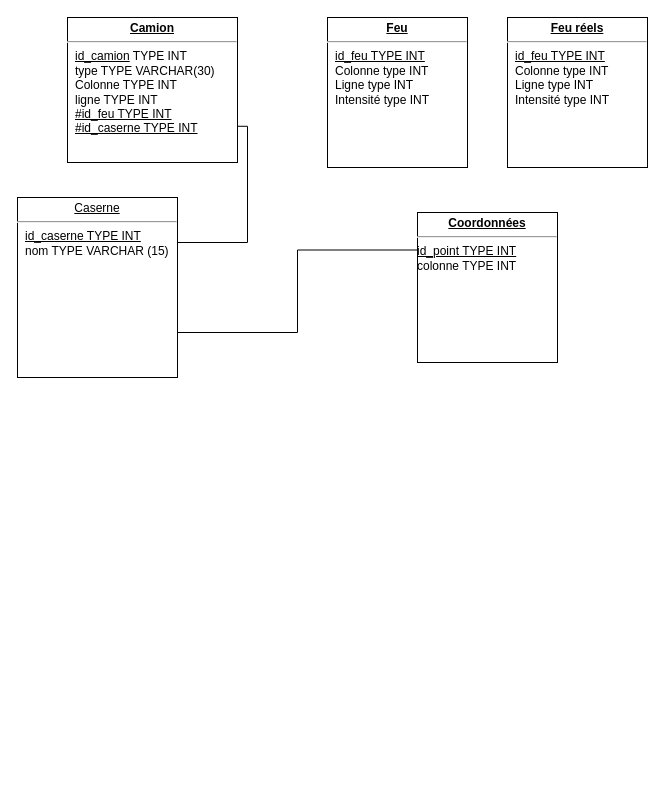
This is Archi_Schema/Schema_BDD.drawio from SimSua/projet_transversal, a draw.io file, before an edit. Source tidied: cells renumbered, new cells numbered last; positions are measured from the earlier drawing's top-left corner, leaving out a move shared by most shapes. Both pictures are drawn from the tidied source at 100%, with x=0, y=0 at pixel (17, 17).
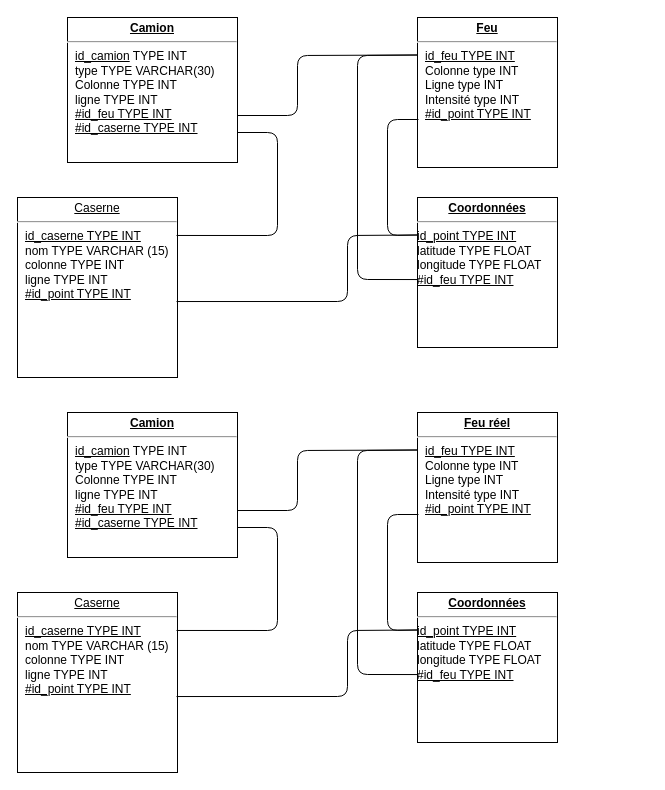
The same page after the edit.

Commit message:
Update schema BDD

The change refers to these unchanged cells:
```xml
<mxCell id="2" value="&lt;p style=&quot;margin: 0px ; margin-top: 4px ; text-align: center ; text-decoration: underline&quot;&gt;&lt;b&gt;Camion&lt;/b&gt;&lt;/p&gt;&lt;hr&gt;&lt;p style=&quot;margin: 0px ; margin-left: 8px&quot;&gt;&lt;u&gt;id_camion&lt;/u&gt; TYPE INT&lt;br&gt;&lt;/p&gt;&lt;p style=&quot;margin: 0px ; margin-left: 8px&quot;&gt;type TYPE VARCHAR(30)&lt;/p&gt;&lt;p style=&quot;margin: 0px ; margin-left: 8px&quot;&gt;Colonne TYPE INT&lt;/p&gt;&lt;p style=&quot;margin: 0px ; margin-left: 8px&quot;&gt;ligne TYPE INT&lt;/p&gt;&lt;p style=&quot;margin: 0px ; margin-left: 8px&quot;&gt;&lt;u&gt;#id_feu TYPE INT&lt;/u&gt;&lt;/p&gt;&lt;p style=&quot;margin: 0px ; margin-left: 8px&quot;&gt;&lt;u&gt;#id_caserne TYPE INT&lt;/u&gt;&lt;br&gt;&lt;/p&gt;&lt;p style=&quot;margin: 0px ; margin-left: 8px&quot;&gt;&lt;br&gt;&lt;/p&gt;" style="verticalAlign=top;align=left;overflow=fill;fontSize=12;fontFamily=Helvetica;html=1;rounded=0;shadow=0;comic=0;labelBackgroundColor=none;strokeWidth=1;" parent="1" vertex="1">
  <mxGeometry x="50" width="170" height="145" as="geometry" />
</mxCell>
```

The edit, as a diff of the source:
```diff
@@
-    <mxCell id="3" style="edgeStyle=orthogonalEdgeStyle;rounded=0;html=1;exitX=1;exitY=0.25;entryX=1;entryY=0.75;labelBackgroundColor=none;endArrow=none;endFill=0;endSize=8;fontFamily=Verdana;fontSize=12;align=left;" parent="1" edge="1" source="4" target="2">
-      <mxGeometry relative="1" as="geometry" />
-    </mxCell>
-    <mxCell id="4" value="&lt;p style=&quot;margin: 0px ; margin-top: 4px ; text-align: center ; text-decoration: underline&quot;&gt;Caserne&lt;br&gt;&lt;/p&gt;&lt;hr&gt;&lt;p style=&quot;margin: 0px ; margin-left: 8px&quot;&gt;&lt;u&gt;id_caserne TYPE INT&lt;/u&gt;&lt;/p&gt;&lt;p style=&quot;margin: 0px ; margin-left: 8px&quot;&gt;nom TYPE VARCHAR (15)&lt;br&gt;&lt;u&gt;&lt;/u&gt;&lt;/p&gt;&lt;p style=&quot;margin: 0px ; margin-left: 8px&quot;&gt;&lt;u&gt;&lt;/u&gt;&lt;br&gt;&lt;/p&gt;" style="verticalAlign=top;align=left;overflow=fill;fontSize=12;fontFamily=Helvetica;html=1;rounded=0;shadow=0;comic=0;labelBackgroundColor=none;strokeWidth=1;" parent="1" vertex="1">
+    <mxCell id="4" value="&lt;p style=&quot;margin: 0px ; margin-top: 4px ; text-align: center ; text-decoration: underline&quot;&gt;Caserne&lt;br&gt;&lt;/p&gt;&lt;hr&gt;&lt;p style=&quot;margin: 0px ; margin-left: 8px&quot;&gt;&lt;u&gt;id_caserne TYPE INT&lt;/u&gt;&lt;/p&gt;&lt;p style=&quot;margin: 0px ; margin-left: 8px&quot;&gt;nom TYPE VARCHAR (15)&lt;/p&gt;&lt;p style=&quot;margin: 0px ; margin-left: 8px&quot;&gt;colonne TYPE INT&lt;/p&gt;&lt;p style=&quot;margin: 0px ; margin-left: 8px&quot;&gt;ligne TYPE INT&lt;/p&gt;&lt;p style=&quot;margin: 0px ; margin-left: 8px&quot;&gt;&lt;u&gt;#id_point TYPE INT&lt;/u&gt;&lt;br&gt;&lt;u&gt;&lt;/u&gt;&lt;/p&gt;&lt;p style=&quot;margin: 0px ; margin-left: 8px&quot;&gt;&lt;u&gt;&lt;/u&gt;&lt;br&gt;&lt;/p&gt;" style="verticalAlign=top;align=left;overflow=fill;fontSize=12;fontFamily=Helvetica;html=1;rounded=0;shadow=0;comic=0;labelBackgroundColor=none;strokeWidth=1;" parent="1" vertex="1">
       <mxGeometry y="180" width="160" height="180" as="geometry" />
     </mxCell>
-    <mxCell id="5" value="&lt;p style=&quot;margin: 0px ; margin-top: 4px ; text-align: center ; text-decoration: underline&quot;&gt;&lt;b&gt;Feu&lt;/b&gt;&lt;br&gt;&lt;/p&gt;&lt;hr&gt;&lt;p style=&quot;margin: 0px ; margin-left: 8px&quot;&gt;&lt;u&gt;id_feu TYPE INT&lt;/u&gt;&lt;br&gt;&lt;/p&gt;&lt;p style=&quot;margin: 0px ; margin-left: 8px&quot;&gt;Colonne type INT&lt;/p&gt;&lt;p style=&quot;margin: 0px ; margin-left: 8px&quot;&gt;Ligne type INT&lt;/p&gt;&lt;p style=&quot;margin: 0px ; margin-left: 8px&quot;&gt;Intensité type INT&lt;br&gt;&lt;/p&gt;" style="verticalAlign=top;align=left;overflow=fill;fontSize=12;fontFamily=Helvetica;html=1;rounded=0;shadow=0;comic=0;labelBackgroundColor=none;strokeWidth=1;" parent="1" vertex="1">
-      <mxGeometry x="310" width="140" height="150" as="geometry" />
+    <mxCell id="5" value="&lt;p style=&quot;margin: 0px ; margin-top: 4px ; text-align: center ; text-decoration: underline&quot;&gt;&lt;b&gt;Feu&lt;/b&gt;&lt;br&gt;&lt;/p&gt;&lt;hr&gt;&lt;p style=&quot;margin: 0px ; margin-left: 8px&quot;&gt;&lt;u&gt;id_feu TYPE INT&lt;/u&gt;&lt;br&gt;&lt;/p&gt;&lt;p style=&quot;margin: 0px ; margin-left: 8px&quot;&gt;Colonne type INT&lt;/p&gt;&lt;p style=&quot;margin: 0px ; margin-left: 8px&quot;&gt;Ligne type INT&lt;/p&gt;&lt;p style=&quot;margin: 0px ; margin-left: 8px&quot;&gt;Intensité type INT&lt;/p&gt;&lt;p style=&quot;margin: 0px ; margin-left: 8px&quot;&gt;&lt;u&gt;#id_point TYPE INT&lt;/u&gt;&lt;br&gt;&lt;/p&gt;" style="verticalAlign=top;align=left;overflow=fill;fontSize=12;fontFamily=Helvetica;html=1;rounded=0;shadow=0;comic=0;labelBackgroundColor=none;strokeWidth=1;" parent="1" vertex="1">
+      <mxGeometry x="400" width="140" height="150" as="geometry" />
     </mxCell>
-    <mxCell id="6" style="edgeStyle=orthogonalEdgeStyle;rounded=0;html=1;exitX=0;exitY=0.25;entryX=1;entryY=0.75;labelBackgroundColor=none;endArrow=none;endFill=0;endSize=8;fontFamily=Verdana;fontSize=12;align=left;" parent="1" edge="1" source="7" target="4">
-      <mxGeometry relative="1" as="geometry" />
-    </mxCell>
-    <mxCell id="7" value="&lt;p style=&quot;margin: 0px ; margin-top: 4px ; text-align: center ; text-decoration: underline&quot;&gt;&lt;b&gt;Coordonnées&lt;/b&gt;&lt;br&gt;&lt;/p&gt;&lt;hr&gt;&lt;div&gt;&lt;u&gt;id_point TYPE INT&lt;/u&gt;&lt;/div&gt;&lt;div&gt;colonne TYPE INT &lt;br&gt;&lt;/div&gt;" style="verticalAlign=top;align=left;overflow=fill;fontSize=12;fontFamily=Helvetica;html=1;rounded=0;shadow=0;comic=0;labelBackgroundColor=none;strokeWidth=1;" parent="1" vertex="1">
-      <mxGeometry x="400" y="195" width="140" height="150" as="geometry" />
+    <mxCell id="7" value="&lt;p style=&quot;margin: 0px ; margin-top: 4px ; text-align: center ; text-decoration: underline&quot;&gt;&lt;b&gt;Coordonnées&lt;/b&gt;&lt;br&gt;&lt;/p&gt;&lt;hr&gt;&lt;div&gt;&lt;u&gt;id_point TYPE INT&lt;/u&gt;&lt;/div&gt;&lt;div&gt;latitude TYPE FLOAT&lt;/div&gt;&lt;div&gt;longitude TYPE FLOAT&lt;/div&gt;&lt;div&gt;&lt;u&gt;#id_feu TYPE INT&lt;br&gt;&lt;/u&gt;&lt;/div&gt;&lt;div&gt;&lt;br&gt;&lt;/div&gt;" style="verticalAlign=top;align=left;overflow=fill;fontSize=12;fontFamily=Helvetica;html=1;rounded=0;shadow=0;comic=0;labelBackgroundColor=none;strokeWidth=1;" parent="1" vertex="1">
+      <mxGeometry x="400" y="180" width="140" height="150" as="geometry" />
     </mxCell>
-    <mxCell id="8" value="&lt;p style=&quot;margin: 0px ; margin-top: 4px ; text-align: center ; text-decoration: underline&quot;&gt;&lt;b&gt;Feu réels&lt;/b&gt;&lt;br&gt;&lt;/p&gt;&lt;hr&gt;&lt;p style=&quot;margin: 0px ; margin-left: 8px&quot;&gt;&lt;u&gt;id_feu TYPE INT&lt;/u&gt;&lt;br&gt;&lt;/p&gt;&lt;p style=&quot;margin: 0px ; margin-left: 8px&quot;&gt;Colonne type INT&lt;/p&gt;&lt;p style=&quot;margin: 0px ; margin-left: 8px&quot;&gt;Ligne type INT&lt;/p&gt;&lt;p style=&quot;margin: 0px ; margin-left: 8px&quot;&gt;Intensité type INT&lt;br&gt;&lt;/p&gt;" style="verticalAlign=top;align=left;overflow=fill;fontSize=12;fontFamily=Helvetica;html=1;rounded=0;shadow=0;comic=0;labelBackgroundColor=none;strokeWidth=1;" parent="1" vertex="1">
-      <mxGeometry x="490" width="140" height="150" as="geometry" />
-    </mxCell>
+    <mxCell id="9" style="endArrow=none;html=1;entryX=0.994;entryY=0.211;entryDx=0;entryDy=0;entryPerimeter=0;" parent="1" edge="1" target="4">
+      <mxGeometry relative="1" as="geometry">
+        <mxPoint x="220" y="115" as="sourcePoint" />
+        <Array as="points">
+          <mxPoint x="260" y="115" />
+          <mxPoint x="260" y="218" />
+        </Array>
+      </mxGeometry>
+    </mxCell>
+    <mxCell id="10" style="endArrow=none;html=1;entryX=0;entryY=0.25;entryDx=0;entryDy=0;exitX=0.007;exitY=0.547;exitDx=0;exitDy=0;exitPerimeter=0;" parent="1" edge="1" source="7" target="5">
+      <mxGeometry relative="1" as="geometry">
+        <Array as="points">
+          <mxPoint x="340" y="262" />
+          <mxPoint x="340" y="38" />
+        </Array>
+      </mxGeometry>
+    </mxCell>
+    <mxCell id="11" style="endArrow=none;html=1;exitX=1;exitY=0.676;exitDx=0;exitDy=0;exitPerimeter=0;entryX=0;entryY=0.25;entryDx=0;entryDy=0;" parent="1" edge="1" source="2" target="5">
+      <mxGeometry relative="1" as="geometry">
+        <Array as="points">
+          <mxPoint x="280" y="98" />
+          <mxPoint x="280" y="38" />
+        </Array>
+      </mxGeometry>
+    </mxCell>
+    <mxCell id="12" style="endArrow=none;html=1;exitX=0.994;exitY=0.578;exitDx=0;exitDy=0;exitPerimeter=0;entryX=0;entryY=0.25;entryDx=0;entryDy=0;" parent="1" edge="1" source="4" target="7">
+      <mxGeometry relative="1" as="geometry">
+        <Array as="points">
+          <mxPoint x="330" y="284" />
+          <mxPoint x="330" y="218" />
+        </Array>
+      </mxGeometry>
+    </mxCell>
+    <mxCell id="13" style="endArrow=none;html=1;entryX=0;entryY=0.25;entryDx=0;entryDy=0;exitX=0.007;exitY=0.68;exitDx=0;exitDy=0;exitPerimeter=0;" parent="1" edge="1" source="5" target="7">
+      <mxGeometry relative="1" as="geometry">
+        <Array as="points">
+          <mxPoint x="370" y="102" />
+          <mxPoint x="370" y="218" />
+        </Array>
+      </mxGeometry>
+    </mxCell>
+    <mxCell id="14" value="&lt;p style=&quot;margin: 0px ; margin-top: 4px ; text-align: center ; text-decoration: underline&quot;&gt;&lt;b&gt;Camion&lt;/b&gt;&lt;/p&gt;&lt;hr&gt;&lt;p style=&quot;margin: 0px ; margin-left: 8px&quot;&gt;&lt;u&gt;id_camion&lt;/u&gt; TYPE INT&lt;br&gt;&lt;/p&gt;&lt;p style=&quot;margin: 0px ; margin-left: 8px&quot;&gt;type TYPE VARCHAR(30)&lt;/p&gt;&lt;p style=&quot;margin: 0px ; margin-left: 8px&quot;&gt;Colonne TYPE INT&lt;/p&gt;&lt;p style=&quot;margin: 0px ; margin-left: 8px&quot;&gt;ligne TYPE INT&lt;/p&gt;&lt;p style=&quot;margin: 0px ; margin-left: 8px&quot;&gt;&lt;u&gt;#id_feu TYPE INT&lt;/u&gt;&lt;/p&gt;&lt;p style=&quot;margin: 0px ; margin-left: 8px&quot;&gt;&lt;u&gt;#id_caserne TYPE INT&lt;/u&gt;&lt;br&gt;&lt;/p&gt;&lt;p style=&quot;margin: 0px ; margin-left: 8px&quot;&gt;&lt;br&gt;&lt;/p&gt;" style="verticalAlign=top;align=left;overflow=fill;fontSize=12;fontFamily=Helvetica;html=1;rounded=0;shadow=0;comic=0;labelBackgroundColor=none;strokeWidth=1;" parent="1" vertex="1">
+      <mxGeometry x="50" y="395" width="170" height="145" as="geometry" />
+    </mxCell>
+    <mxCell id="15" value="&lt;p style=&quot;margin: 0px ; margin-top: 4px ; text-align: center ; text-decoration: underline&quot;&gt;Caserne&lt;br&gt;&lt;/p&gt;&lt;hr&gt;&lt;p style=&quot;margin: 0px ; margin-left: 8px&quot;&gt;&lt;u&gt;id_caserne TYPE INT&lt;/u&gt;&lt;/p&gt;&lt;p style=&quot;margin: 0px ; margin-left: 8px&quot;&gt;nom TYPE VARCHAR (15)&lt;/p&gt;&lt;p style=&quot;margin: 0px ; margin-left: 8px&quot;&gt;colonne TYPE INT&lt;/p&gt;&lt;p style=&quot;margin: 0px ; margin-left: 8px&quot;&gt;ligne TYPE INT&lt;/p&gt;&lt;p style=&quot;margin: 0px ; margin-left: 8px&quot;&gt;&lt;u&gt;#id_point TYPE INT&lt;/u&gt;&lt;br&gt;&lt;u&gt;&lt;/u&gt;&lt;/p&gt;&lt;p style=&quot;margin: 0px ; margin-left: 8px&quot;&gt;&lt;u&gt;&lt;/u&gt;&lt;br&gt;&lt;/p&gt;" style="verticalAlign=top;align=left;overflow=fill;fontSize=12;fontFamily=Helvetica;html=1;rounded=0;shadow=0;comic=0;labelBackgroundColor=none;strokeWidth=1;" parent="1" vertex="1">
+      <mxGeometry y="575" width="160" height="180" as="geometry" />
+    </mxCell>
+    <mxCell id="16" value="&lt;p style=&quot;margin: 0px ; margin-top: 4px ; text-align: center ; text-decoration: underline&quot;&gt;&lt;b&gt;Feu réel&lt;/b&gt;&lt;br&gt;&lt;/p&gt;&lt;hr&gt;&lt;p style=&quot;margin: 0px ; margin-left: 8px&quot;&gt;&lt;u&gt;id_feu TYPE INT&lt;/u&gt;&lt;br&gt;&lt;/p&gt;&lt;p style=&quot;margin: 0px ; margin-left: 8px&quot;&gt;Colonne type INT&lt;/p&gt;&lt;p style=&quot;margin: 0px ; margin-left: 8px&quot;&gt;Ligne type INT&lt;/p&gt;&lt;p style=&quot;margin: 0px ; margin-left: 8px&quot;&gt;Intensité type INT&lt;/p&gt;&lt;p style=&quot;margin: 0px ; margin-left: 8px&quot;&gt;&lt;u&gt;#id_point TYPE INT&lt;/u&gt;&lt;br&gt;&lt;/p&gt;" style="verticalAlign=top;align=left;overflow=fill;fontSize=12;fontFamily=Helvetica;html=1;rounded=0;shadow=0;comic=0;labelBackgroundColor=none;strokeWidth=1;" parent="1" vertex="1">
+      <mxGeometry x="400" y="395" width="140" height="150" as="geometry" />
+    </mxCell>
+    <mxCell id="17" value="&lt;p style=&quot;margin: 0px ; margin-top: 4px ; text-align: center ; text-decoration: underline&quot;&gt;&lt;b&gt;Coordonnées&lt;/b&gt;&lt;br&gt;&lt;/p&gt;&lt;hr&gt;&lt;div&gt;&lt;u&gt;id_point TYPE INT&lt;/u&gt;&lt;/div&gt;&lt;div&gt;latitude TYPE FLOAT&lt;/div&gt;&lt;div&gt;longitude TYPE FLOAT&lt;/div&gt;&lt;div&gt;&lt;u&gt;#id_feu TYPE INT&lt;br&gt;&lt;/u&gt;&lt;/div&gt;&lt;div&gt;&lt;br&gt;&lt;/div&gt;" style="verticalAlign=top;align=left;overflow=fill;fontSize=12;fontFamily=Helvetica;html=1;rounded=0;shadow=0;comic=0;labelBackgroundColor=none;strokeWidth=1;" parent="1" vertex="1">
+      <mxGeometry x="400" y="575" width="140" height="150" as="geometry" />
+    </mxCell>
+    <mxCell id="18" style="endArrow=none;html=1;entryX=0.994;entryY=0.211;entryDx=0;entryDy=0;entryPerimeter=0;" parent="1" edge="1" target="15">
+      <mxGeometry relative="1" as="geometry">
+        <mxPoint x="220" y="510" as="sourcePoint" />
+        <Array as="points">
+          <mxPoint x="260" y="510" />
+          <mxPoint x="260" y="613" />
+        </Array>
+      </mxGeometry>
+    </mxCell>
+    <mxCell id="19" style="endArrow=none;html=1;entryX=0;entryY=0.25;entryDx=0;entryDy=0;exitX=0.007;exitY=0.547;exitDx=0;exitDy=0;exitPerimeter=0;" parent="1" edge="1" source="17" target="16">
+      <mxGeometry relative="1" as="geometry">
+        <Array as="points">
+          <mxPoint x="340" y="657" />
+          <mxPoint x="340" y="433" />
+        </Array>
+      </mxGeometry>
+    </mxCell>
+    <mxCell id="20" style="endArrow=none;html=1;exitX=1;exitY=0.676;exitDx=0;exitDy=0;exitPerimeter=0;entryX=0;entryY=0.25;entryDx=0;entryDy=0;" parent="1" edge="1" source="14" target="16">
+      <mxGeometry relative="1" as="geometry">
+        <Array as="points">
+          <mxPoint x="280" y="493" />
+          <mxPoint x="280" y="433" />
+        </Array>
+      </mxGeometry>
+    </mxCell>
+    <mxCell id="21" style="endArrow=none;html=1;exitX=0.994;exitY=0.578;exitDx=0;exitDy=0;exitPerimeter=0;entryX=0;entryY=0.25;entryDx=0;entryDy=0;" parent="1" edge="1" source="15" target="17">
+      <mxGeometry relative="1" as="geometry">
+        <Array as="points">
+          <mxPoint x="330" y="679" />
+          <mxPoint x="330" y="613" />
+        </Array>
+      </mxGeometry>
+    </mxCell>
+    <mxCell id="22" style="endArrow=none;html=1;entryX=0;entryY=0.25;entryDx=0;entryDy=0;exitX=0.007;exitY=0.68;exitDx=0;exitDy=0;exitPerimeter=0;" parent="1" edge="1" source="16" target="17">
+      <mxGeometry relative="1" as="geometry">
+        <Array as="points">
+          <mxPoint x="370" y="497" />
+          <mxPoint x="370" y="613" />
+        </Array>
+      </mxGeometry>
+    </mxCell>
```
